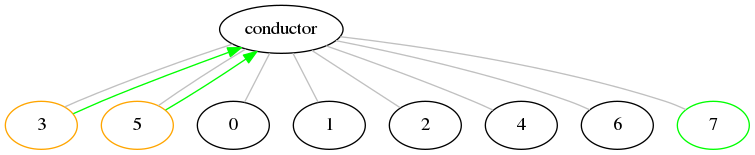
Above: content/assets/images/digraph_step4.png in owulveryck/blog (Graphviz), before the change. Its source is kept beside it as content/assets/orchestrate-a-digraph-with-goroutine/digraph_step4.dot. Source of this version:
```dot
digraph g {
    0 [color=black]
    1 [color=black]
    2 [color=black]
    3 [color=orange]
    4 [color=black]
    5 [color=orange]
    6 [color=black]
    7 [color=green]
    subgraph A {
        edge [dir=none, color=grey]
        conductor -> 0
        conductor -> 1
        conductor -> 2
        conductor -> 3
        conductor -> 4
        conductor -> 5
        conductor -> 6
        conductor -> 7
    }
    subgraph B {
        edge [color=green]
        3 -> conductor
        5 -> conductor
    }
}
```
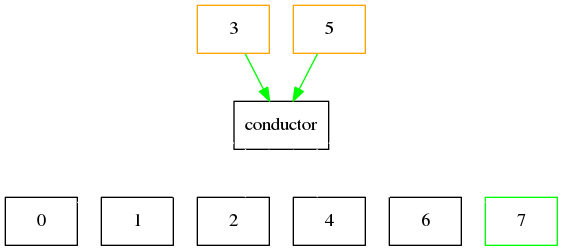
Later version of the same file.

The edit, as a diff of the source:
```diff
@@ -1,4 +1,5 @@
 digraph g {
+    node [ shape = polygon, sides = 4 ]
     0 [color=black]
     1 [color=black]
     2 [color=black]
@@ -8,13 +9,11 @@
     6 [color=black]
     7 [color=green]
     subgraph A {
-        edge [dir=none, color=grey]
+        edge [dir=none, color=white]
         conductor -> 0
         conductor -> 1
         conductor -> 2
-        conductor -> 3
         conductor -> 4
-        conductor -> 5
         conductor -> 6
         conductor -> 7
     }
```
